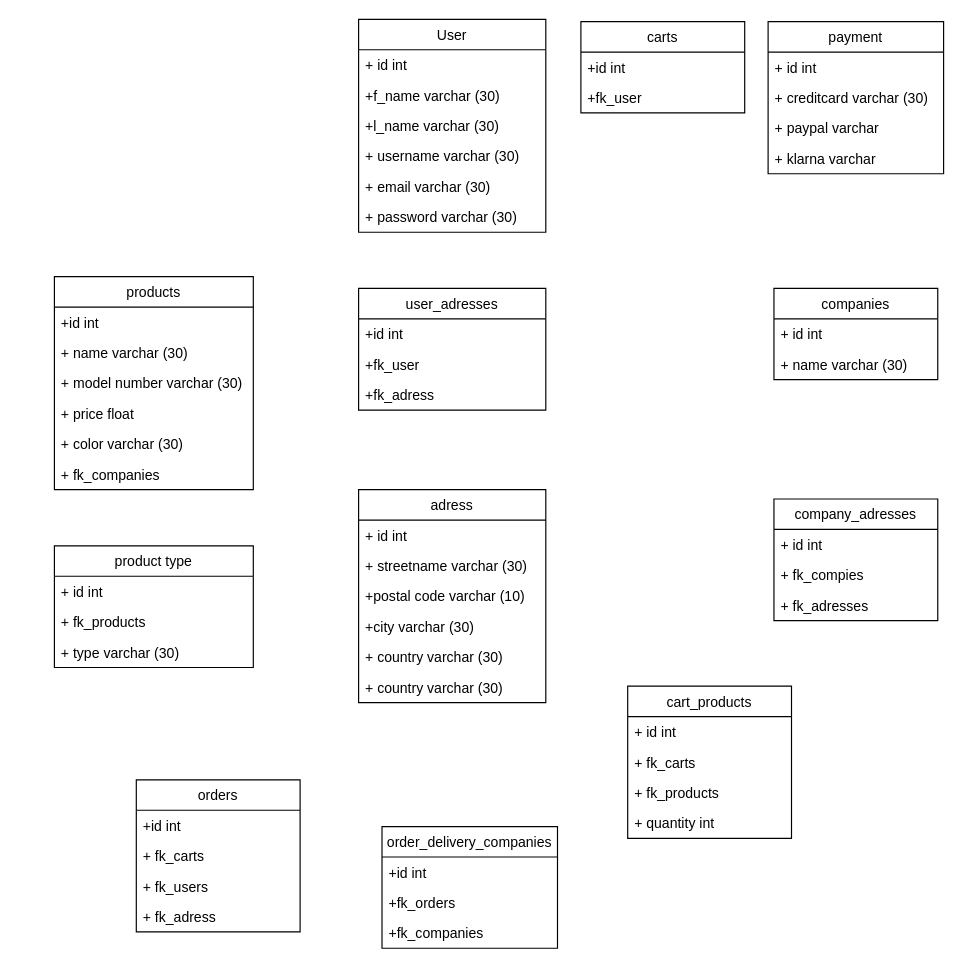
This is page "Step3" (3 of 4) of Diagram/Famazon.drawio from DmnkHofmann/BE16_CR9_DominikHofmann, a draw.io file, before an edit. Source tidied: cells renumbered, new cells numbered last; positions are measured from the earlier drawing's top-left corner, leaving out a move shared by most shapes. Both pictures are drawn from the tidied source at 117%, with x=0, y=0 at pixel (54, 19).
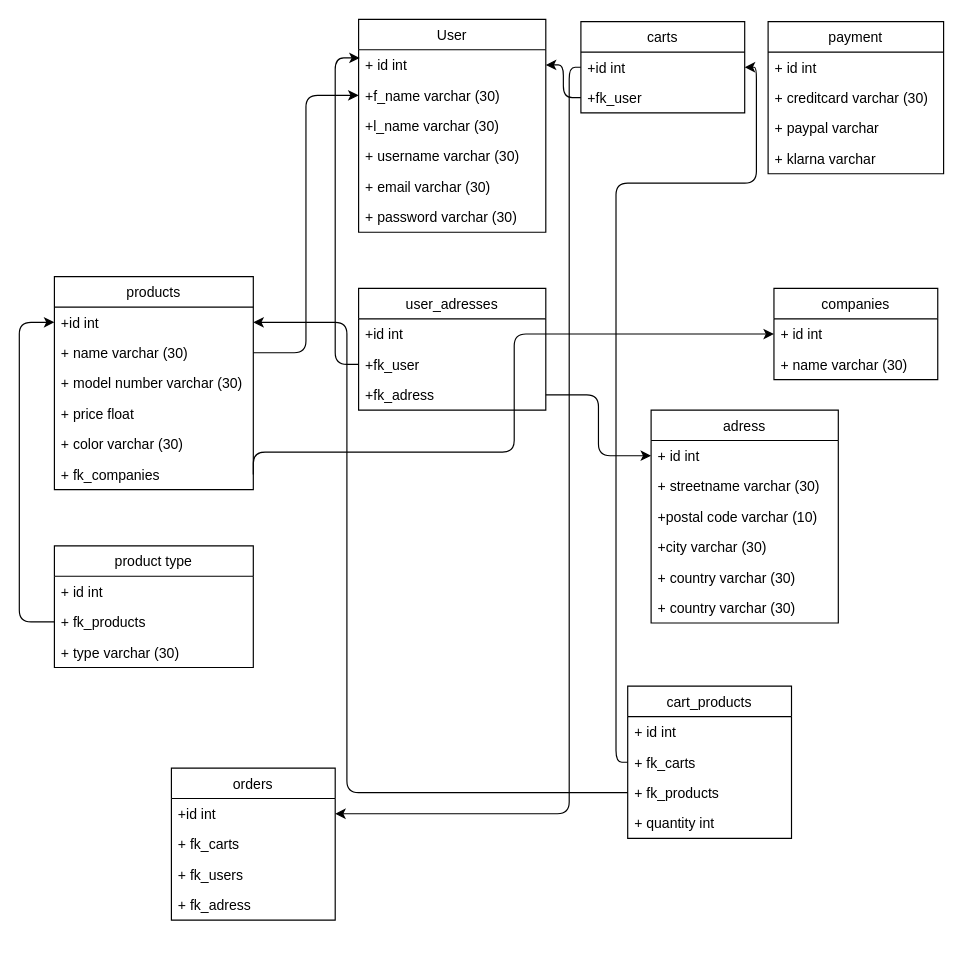
After the change.

Unchanged cells that the change refers to:
```xml
<mxCell id="3" value="+ id int" style="text;strokeColor=none;fillColor=none;align=left;verticalAlign=top;spacingLeft=4;spacingRight=4;overflow=hidden;points=[[0,0.5],[1,0.5]];portConstraint=eastwest;" parent="2" vertex="1">
  <mxGeometry y="26" width="160" height="26" as="geometry" />
</mxCell>
<mxCell id="4" value="+f_name varchar (30)" style="text;strokeColor=none;fillColor=none;align=left;verticalAlign=top;spacingLeft=4;spacingRight=4;overflow=hidden;points=[[0,0.5],[1,0.5]];portConstraint=eastwest;" parent="2" vertex="1">
  <mxGeometry y="52" width="160" height="26" as="geometry" />
</mxCell>
<mxCell id="15" value="+id int" style="text;strokeColor=none;fillColor=none;align=left;verticalAlign=top;spacingLeft=4;spacingRight=4;overflow=hidden;points=[[0,0.5],[1,0.5]];portConstraint=eastwest;" parent="14" vertex="1">
  <mxGeometry y="26" width="170" height="26" as="geometry" />
</mxCell>
<mxCell id="16" value="+ name varchar (30)" style="text;strokeColor=none;fillColor=none;align=left;verticalAlign=top;spacingLeft=4;spacingRight=4;overflow=hidden;points=[[0,0.5],[1,0.5]];portConstraint=eastwest;" parent="14" vertex="1">
  <mxGeometry y="52" width="170" height="26" as="geometry" />
</mxCell>
<mxCell id="20" value="+ fk_companies&#10;" style="text;strokeColor=none;fillColor=none;align=left;verticalAlign=top;spacingLeft=4;spacingRight=4;overflow=hidden;points=[[0,0.5],[1,0.5]];portConstraint=eastwest;" parent="14" vertex="1">
  <mxGeometry y="156" width="170" height="26" as="geometry" />
</mxCell>
<mxCell id="22" value="+ id int" style="text;strokeColor=none;fillColor=none;align=left;verticalAlign=top;spacingLeft=4;spacingRight=4;overflow=hidden;points=[[0,0.5],[1,0.5]];portConstraint=eastwest;" parent="21" vertex="1">
  <mxGeometry y="26" width="160" height="26" as="geometry" />
</mxCell>
<mxCell id="30" value="+ fk_products" style="text;strokeColor=none;fillColor=none;align=left;verticalAlign=top;spacingLeft=4;spacingRight=4;overflow=hidden;points=[[0,0.5],[1,0.5]];portConstraint=eastwest;" parent="28" vertex="1">
  <mxGeometry y="52" width="170" height="26" as="geometry" />
</mxCell>
<mxCell id="33" value="+ id int" style="text;strokeColor=none;fillColor=none;align=left;verticalAlign=top;spacingLeft=4;spacingRight=4;overflow=hidden;points=[[0,0.5],[1,0.5]];portConstraint=eastwest;" parent="32" vertex="1">
  <mxGeometry y="26" width="140" height="26" as="geometry" />
</mxCell>
<mxCell id="37" value="+fk_user" style="text;strokeColor=none;fillColor=none;align=left;verticalAlign=top;spacingLeft=4;spacingRight=4;overflow=hidden;points=[[0,0.5],[1,0.5]];portConstraint=eastwest;" parent="35" vertex="1">
  <mxGeometry y="52" width="160" height="26" as="geometry" />
</mxCell>
<mxCell id="38" value="+fk_adress&#10;" style="text;strokeColor=none;fillColor=none;align=left;verticalAlign=top;spacingLeft=4;spacingRight=4;overflow=hidden;points=[[0,0.5],[1,0.5]];portConstraint=eastwest;" parent="35" vertex="1">
  <mxGeometry y="78" width="160" height="26" as="geometry" />
</mxCell>
<mxCell id="44" value="+id int" style="text;strokeColor=none;fillColor=none;align=left;verticalAlign=top;spacingLeft=4;spacingRight=4;overflow=hidden;points=[[0,0.5],[1,0.5]];portConstraint=eastwest;" parent="43" vertex="1">
  <mxGeometry y="26" width="140" height="26" as="geometry" />
</mxCell>
<mxCell id="45" value="+fk_user" style="text;strokeColor=none;fillColor=none;align=left;verticalAlign=top;spacingLeft=4;spacingRight=4;overflow=hidden;points=[[0,0.5],[1,0.5]];portConstraint=eastwest;" parent="43" vertex="1">
  <mxGeometry y="52" width="140" height="26" as="geometry" />
</mxCell>
<mxCell id="48" value="+ fk_carts" style="text;strokeColor=none;fillColor=none;align=left;verticalAlign=top;spacingLeft=4;spacingRight=4;overflow=hidden;points=[[0,0.5],[1,0.5]];portConstraint=eastwest;" parent="46" vertex="1">
  <mxGeometry y="52" width="140" height="26" as="geometry" />
</mxCell>
<mxCell id="49" value="+ fk_products" style="text;strokeColor=none;fillColor=none;align=left;verticalAlign=top;spacingLeft=4;spacingRight=4;overflow=hidden;points=[[0,0.5],[1,0.5]];portConstraint=eastwest;" parent="46" vertex="1">
  <mxGeometry y="78" width="140" height="26" as="geometry" />
</mxCell>
<mxCell id="52" value="+id int" style="text;strokeColor=none;fillColor=none;align=left;verticalAlign=top;spacingLeft=4;spacingRight=4;overflow=hidden;points=[[0,0.5],[1,0.5]];portConstraint=eastwest;" parent="51" vertex="1">
  <mxGeometry y="26" width="140" height="26" as="geometry" />
</mxCell>
```

Diff of the diagram source:
```diff
@@
     <mxCell id="21" value="adress" style="swimlane;fontStyle=0;horizontal=1;startSize=26;fillColor=none;" parent="1" vertex="1">
-      <mxGeometry x="260" y="402" width="160" height="182" as="geometry" />
+      <mxGeometry x="510" y="334" width="160" height="182" as="geometry" />
     </mxCell>
@@
-    <mxCell id="39" value="company_adresses" style="swimlane;fontStyle=0;horizontal=1;startSize=26;fillColor=none;" parent="1" vertex="1">
-      <mxGeometry x="615" y="410" width="140" height="104" as="geometry" />
-    </mxCell>
-    <mxCell id="40" value="+ id int" style="text;strokeColor=none;fillColor=none;align=left;verticalAlign=top;spacingLeft=4;spacingRight=4;overflow=hidden;" parent="39" vertex="1">
-      <mxGeometry y="26" width="140" height="26" as="geometry" />
-    </mxCell>
-    <mxCell id="41" value="+ fk_compies" style="text;strokeColor=none;fillColor=none;align=left;verticalAlign=top;spacingLeft=4;spacingRight=4;overflow=hidden;" parent="39" vertex="1">
-      <mxGeometry y="52" width="140" height="26" as="geometry" />
-    </mxCell>
-    <mxCell id="42" value="+ fk_adresses" style="text;strokeColor=none;fillColor=none;align=left;verticalAlign=top;spacingLeft=4;spacingRight=4;overflow=hidden;" parent="39" vertex="1">
-      <mxGeometry y="78" width="140" height="26" as="geometry" />
-    </mxCell>
@@
     <mxCell id="51" value="orders" style="swimlane;fontStyle=0;horizontal=1;startSize=26;fillColor=none;" parent="1" vertex="1">
-      <mxGeometry x="70" y="650" width="140" height="130" as="geometry" />
+      <mxGeometry x="100" y="640" width="140" height="130" as="geometry" />
     </mxCell>
@@
-    <mxCell id="56" value="order_delivery_companies" style="swimlane;fontStyle=0;horizontal=1;startSize=26;fillColor=none;" parent="1" vertex="1">
-      <mxGeometry x="280" y="690" width="150" height="104" as="geometry" />
-    </mxCell>
-    <mxCell id="57" value="+id int" style="text;strokeColor=none;fillColor=none;align=left;verticalAlign=top;spacingLeft=4;spacingRight=4;overflow=hidden;" parent="56" vertex="1">
-      <mxGeometry y="26" width="150" height="26" as="geometry" />
-    </mxCell>
-    <mxCell id="58" value="+fk_orders" style="text;strokeColor=none;fillColor=none;align=left;verticalAlign=top;spacingLeft=4;spacingRight=4;overflow=hidden;" parent="56" vertex="1">
-      <mxGeometry y="52" width="150" height="26" as="geometry" />
-    </mxCell>
-    <mxCell id="59" value="+fk_companies" style="text;strokeColor=none;fillColor=none;align=left;verticalAlign=top;spacingLeft=4;spacingRight=4;overflow=hidden;" parent="56" vertex="1">
-      <mxGeometry y="78" width="150" height="26" as="geometry" />
-    </mxCell>
+    <mxCell id="60" style="edgeStyle=orthogonalEdgeStyle;html=1;exitX=0;exitY=0.5;exitDx=0;exitDy=0;entryX=0;entryY=0.5;entryDx=0;entryDy=0;" parent="1" edge="1" source="30" target="15">
+      <mxGeometry relative="1" as="geometry">
+        <Array as="points">
+          <mxPoint x="-30" y="515" />
+          <mxPoint x="-30" y="259" />
+        </Array>
+      </mxGeometry>
+    </mxCell>
+    <mxCell id="61" style="edgeStyle=orthogonalEdgeStyle;html=1;exitX=1;exitY=0.5;exitDx=0;exitDy=0;entryX=0;entryY=0.5;entryDx=0;entryDy=0;" parent="1" edge="1" source="16" target="4">
+      <mxGeometry relative="1" as="geometry" />
+    </mxCell>
+    <mxCell id="62" style="edgeStyle=orthogonalEdgeStyle;html=1;exitX=1;exitY=0.5;exitDx=0;exitDy=0;entryX=0;entryY=0.5;entryDx=0;entryDy=0;" parent="1" edge="1" source="20" target="33">
+      <mxGeometry relative="1" as="geometry">
+        <Array as="points">
+          <mxPoint x="170" y="370" />
+          <mxPoint x="393" y="370" />
+          <mxPoint x="393" y="269" />
+        </Array>
+      </mxGeometry>
+    </mxCell>
+    <mxCell id="63" style="edgeStyle=orthogonalEdgeStyle;html=1;exitX=0;exitY=0.5;exitDx=0;exitDy=0;entryX=1;entryY=0.5;entryDx=0;entryDy=0;" parent="1" edge="1" source="49" target="15">
+      <mxGeometry relative="1" as="geometry">
+        <Array as="points">
+          <mxPoint x="250" y="661" />
+          <mxPoint x="250" y="259" />
+        </Array>
+      </mxGeometry>
+    </mxCell>
+    <mxCell id="64" style="edgeStyle=orthogonalEdgeStyle;html=1;exitX=0;exitY=0.5;exitDx=0;exitDy=0;entryX=1;entryY=0.5;entryDx=0;entryDy=0;" parent="1" edge="1" source="44" target="52">
+      <mxGeometry relative="1" as="geometry">
+        <Array as="points">
+          <mxPoint x="440" y="41" />
+          <mxPoint x="440" y="679" />
+        </Array>
+      </mxGeometry>
+    </mxCell>
+    <mxCell id="65" style="edgeStyle=orthogonalEdgeStyle;html=1;exitX=0;exitY=0.5;exitDx=0;exitDy=0;entryX=1;entryY=0.5;entryDx=0;entryDy=0;" parent="1" edge="1" source="45" target="3">
+      <mxGeometry relative="1" as="geometry" />
+    </mxCell>
+    <mxCell id="66" style="edgeStyle=orthogonalEdgeStyle;html=1;exitX=0;exitY=0.5;exitDx=0;exitDy=0;entryX=1;entryY=0.5;entryDx=0;entryDy=0;" parent="1" edge="1" source="48" target="44">
+      <mxGeometry relative="1" as="geometry">
+        <Array as="points">
+          <mxPoint x="480" y="635" />
+          <mxPoint x="480" y="140" />
+          <mxPoint x="600" y="140" />
+          <mxPoint x="600" y="41" />
+        </Array>
+      </mxGeometry>
+    </mxCell>
+    <mxCell id="67" style="edgeStyle=orthogonalEdgeStyle;html=1;exitX=0;exitY=0.5;exitDx=0;exitDy=0;entryX=0.006;entryY=0.269;entryDx=0;entryDy=0;entryPerimeter=0;" parent="1" edge="1" source="37" target="3">
+      <mxGeometry relative="1" as="geometry">
+        <Array as="points">
+          <mxPoint x="240" y="295" />
+          <mxPoint x="240" y="33" />
+        </Array>
+      </mxGeometry>
+    </mxCell>
+    <mxCell id="68" style="edgeStyle=orthogonalEdgeStyle;html=1;exitX=1;exitY=0.5;exitDx=0;exitDy=0;entryX=0;entryY=0.5;entryDx=0;entryDy=0;" parent="1" edge="1" source="38" target="22">
+      <mxGeometry relative="1" as="geometry" />
+    </mxCell>
```
